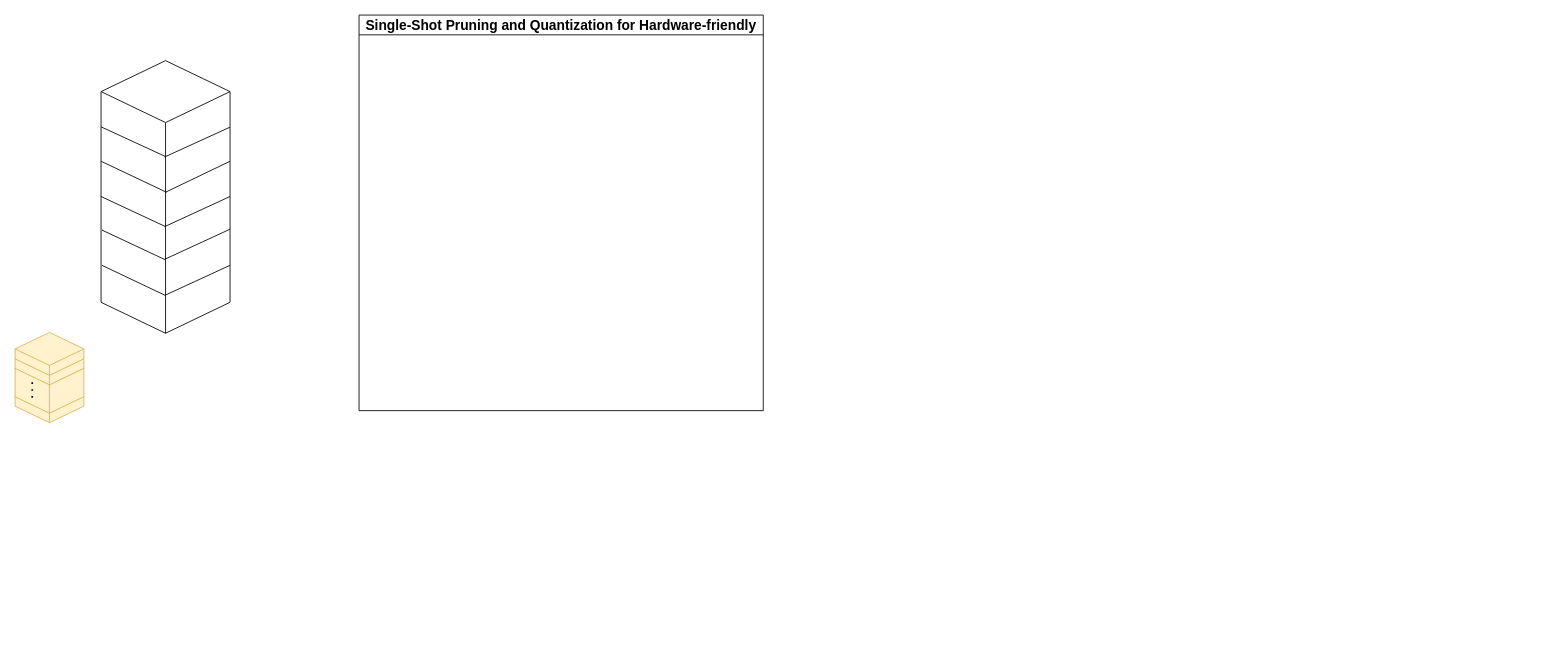
This is graphic_abstract.drawio from JIANGBOFENG/MY_GIT_Repo, a draw.io file, before an edit. Source tidied: cells renumbered, new cells numbered last; positions are measured from the earlier drawing's top-left corner, leaving out a move shared by most shapes. Both pictures are drawn from the tidied source at 86%, with x=0, y=0 at pixel (15, 15).
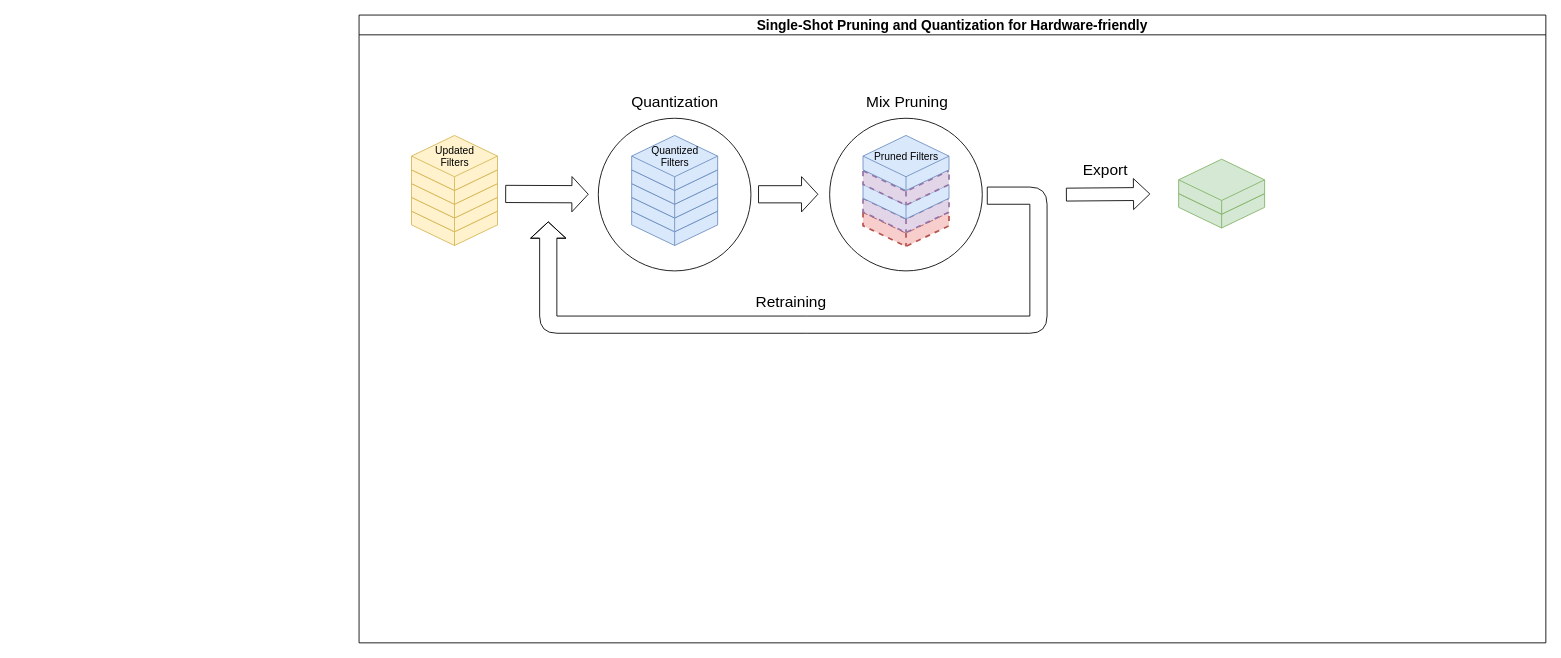
The same diagram, later.

Diff of the diagram source:
```diff
@@
     <mxCell id="2" value="&lt;font style=&quot;font-size: 16px;&quot;&gt;Single-Shot Pruning and Quantization for&amp;nbsp;Hardware-friendly&lt;/font&gt;" style="swimlane;whiteSpace=wrap;html=1;" parent="1" vertex="1">
-      <mxGeometry x="400" width="470" height="460" as="geometry" />
+      <mxGeometry x="400" width="1380" height="730" as="geometry" />
     </mxCell>
-    <mxCell id="3" style="group;" parent="1" vertex="1">
-      <mxGeometry x="100" y="53" width="150" height="317" as="geometry" />
-    </mxCell>
-    <mxCell id="4" style="group;textOpacity=10;" parent="3" vertex="1">
-      <mxGeometry width="150" height="317" as="geometry" />
-    </mxCell>
-    <mxCell id="5" style="html=1;whiteSpace=wrap;shape=isoCube2;backgroundOutline=1;isoAngle=15;" parent="4" vertex="1">
-      <mxGeometry width="150" height="317" as="geometry" />
-    </mxCell>
-    <mxCell id="6" style="endArrow=none;html=1;rounded=0;entryX=0.496;entryY=0.351;entryDx=0;entryDy=0;entryPerimeter=0;" parent="4" edge="1" target="5">
-      <mxGeometry relative="1" as="geometry">
-        <mxPoint y="77" as="sourcePoint" />
-      </mxGeometry>
-    </mxCell>
-    <mxCell id="7" style="endArrow=none;html=1;rounded=0;entryX=0.507;entryY=0.355;entryDx=0;entryDy=0;entryPerimeter=0;" parent="4" edge="1">
-      <mxGeometry relative="1" as="geometry">
-        <mxPoint y="117" as="sourcePoint" />
-        <mxPoint x="76" y="153" as="targetPoint" />
-      </mxGeometry>
-    </mxCell>
-    <mxCell id="8" style="endArrow=none;html=1;rounded=0;entryX=0.496;entryY=0.608;entryDx=0;entryDy=0;entryPerimeter=0;" parent="4" edge="1" target="5">
-      <mxGeometry relative="1" as="geometry">
-        <mxPoint y="158" as="sourcePoint" />
-      </mxGeometry>
-    </mxCell>
-    <mxCell id="9" style="endArrow=none;html=1;rounded=0;entryX=0.496;entryY=0.73;entryDx=0;entryDy=0;entryPerimeter=0;" parent="4" edge="1" target="5">
-      <mxGeometry relative="1" as="geometry">
-        <mxPoint x="1" y="197" as="sourcePoint" />
-      </mxGeometry>
-    </mxCell>
-    <mxCell id="10" style="endArrow=none;html=1;rounded=0;entryX=0.493;entryY=0.86;entryDx=0;entryDy=0;entryPerimeter=0;" parent="4" edge="1" target="5">
-      <mxGeometry relative="1" as="geometry">
-        <mxPoint x="1" y="238" as="sourcePoint" />
-      </mxGeometry>
-    </mxCell>
-    <mxCell id="11" style="endArrow=none;html=1;rounded=0;entryX=1;entryY=0.244;entryDx=0;entryDy=0;entryPerimeter=0;" parent="4" edge="1" target="5">
-      <mxGeometry relative="1" as="geometry">
-        <mxPoint x="74" y="112" as="sourcePoint" />
-      </mxGeometry>
-    </mxCell>
-    <mxCell id="12" style="endArrow=none;html=1;rounded=0;" parent="3" edge="1">
-      <mxGeometry relative="1" as="geometry">
-        <mxPoint x="75" y="153" as="sourcePoint" />
-        <mxPoint x="150" y="117" as="targetPoint" />
-      </mxGeometry>
-    </mxCell>
-    <mxCell id="13" style="endArrow=none;html=1;rounded=0;entryX=1;entryY=0.244;entryDx=0;entryDy=0;entryPerimeter=0;" parent="3" edge="1">
-      <mxGeometry relative="1" as="geometry">
-        <mxPoint x="74" y="193" as="sourcePoint" />
-        <mxPoint x="150" y="158" as="targetPoint" />
-      </mxGeometry>
-    </mxCell>
-    <mxCell id="14" style="endArrow=none;html=1;rounded=0;entryX=1;entryY=0.244;entryDx=0;entryDy=0;entryPerimeter=0;" parent="3" edge="1">
-      <mxGeometry relative="1" as="geometry">
-        <mxPoint x="74" y="231" as="sourcePoint" />
-        <mxPoint x="150" y="196" as="targetPoint" />
-      </mxGeometry>
-    </mxCell>
-    <mxCell id="15" style="endArrow=none;html=1;rounded=0;entryX=1;entryY=0.244;entryDx=0;entryDy=0;entryPerimeter=0;" parent="3" edge="1">
-      <mxGeometry relative="1" as="geometry">
-        <mxPoint x="74" y="273" as="sourcePoint" />
-        <mxPoint x="150" y="238" as="targetPoint" />
-      </mxGeometry>
-    </mxCell>
-    <mxCell id="16" style="html=1;shape=mxgraph.basic.isocube;isoAngle=15;fillColor=#fff2cc;strokeColor=#d6b656;" parent="1" vertex="1">
-      <mxGeometry y="424" width="80" height="50" as="geometry" />
-    </mxCell>
-    <mxCell id="17" style="html=1;shape=mxgraph.basic.isocube;isoAngle=15;fillColor=#fff2cc;strokeColor=#d6b656;" parent="1" vertex="1">
-      <mxGeometry y="391" width="80" height="72" as="geometry" />
-    </mxCell>
-    <mxCell id="18" style="html=1;shape=mxgraph.basic.isocube;isoAngle=15;fillColor=#fff2cc;strokeColor=#d6b656;" parent="1" vertex="1">
-      <mxGeometry y="380" width="80" height="50" as="geometry" />
-    </mxCell>
-    <mxCell id="19" style="html=1;shape=mxgraph.basic.isocube;isoAngle=15;fillColor=#fff2cc;strokeColor=#d6b656;" parent="1" vertex="1">
-      <mxGeometry y="369" width="80" height="50" as="geometry" />
-    </mxCell>
-    <mxCell id="20" style="endArrow=none;dashed=1;html=1;dashPattern=1 3;strokeWidth=2;rounded=0;fillColor=#fff2cc;strokeColor=#000000;" parent="1" edge="1">
-      <mxGeometry relative="1" as="geometry">
-        <mxPoint x="20" y="445" as="sourcePoint" />
-        <mxPoint x="20" y="425" as="targetPoint" />
-      </mxGeometry>
-    </mxCell>
+    <mxCell id="21" style="ellipse;whiteSpace=wrap;html=1;" parent="2" vertex="1">
+      <mxGeometry x="547.2" y="120" width="177.5" height="177.5" as="geometry" />
+    </mxCell>
+    <mxCell id="22" style="ellipse;whiteSpace=wrap;html=1;" parent="2" vertex="1">
+      <mxGeometry x="278.2" y="120" width="177.5" height="177.5" as="geometry" />
+    </mxCell>
+    <mxCell id="23" style="group;" parent="2" vertex="1">
+      <mxGeometry x="61" y="140" width="100" height="128" as="geometry" />
+    </mxCell>
+    <mxCell id="24" style="html=1;shape=mxgraph.basic.isocube;isoAngle=15;fillColor=#fff2cc;strokeColor=#d6b656;" parent="23" vertex="1">
+      <mxGeometry y="64" width="100" height="64" as="geometry" />
+    </mxCell>
+    <mxCell id="25" style="edgeStyle=orthogonalEdgeStyle;rounded=0;orthogonalLoop=1;jettySize=auto;html=1;exitX=0.5;exitY=1;exitDx=0;exitDy=0;exitPerimeter=0;fillColor=#fff2cc;strokeColor=#d6b656;" parent="23" edge="1" source="24" target="24">
+      <mxGeometry relative="1" as="geometry" />
+    </mxCell>
+    <mxCell id="26" style="html=1;shape=mxgraph.basic.isocube;isoAngle=15;fillColor=#fff2cc;strokeColor=#d6b656;" parent="23" vertex="1">
+      <mxGeometry y="48" width="100" height="64" as="geometry" />
+    </mxCell>
+    <mxCell id="27" style="html=1;shape=mxgraph.basic.isocube;isoAngle=15;fillColor=#fff2cc;strokeColor=#d6b656;" parent="23" vertex="1">
+      <mxGeometry y="32" width="100" height="64" as="geometry" />
+    </mxCell>
+    <mxCell id="28" style="html=1;shape=mxgraph.basic.isocube;isoAngle=15;fillColor=#fff2cc;strokeColor=#d6b656;" parent="23" vertex="1">
+      <mxGeometry y="16" width="100" height="64" as="geometry" />
+    </mxCell>
+    <mxCell id="29" value="&lt;font color=&quot;#000000&quot;&gt;Updated&lt;br&gt;Filters&lt;br&gt;&lt;br&gt;&lt;/font&gt;" style="html=1;shape=mxgraph.basic.isocube;isoAngle=15;fillColor=#fff2cc;strokeColor=#d6b656;" parent="23" vertex="1">
+      <mxGeometry width="100" height="64" as="geometry" />
+    </mxCell>
+    <mxCell id="30" style="html=1;shape=mxgraph.basic.isocube;isoAngle=15;fillColor=#dae8fc;strokeColor=#6c8ebf;" parent="2" vertex="1">
+      <mxGeometry x="317" y="204" width="100" height="64" as="geometry" />
+    </mxCell>
+    <mxCell id="31" style="edgeStyle=orthogonalEdgeStyle;rounded=0;orthogonalLoop=1;jettySize=auto;html=1;exitX=0.5;exitY=1;exitDx=0;exitDy=0;exitPerimeter=0;fillColor=#dae8fc;strokeColor=#6c8ebf;" parent="2" edge="1" source="30" target="30">
+      <mxGeometry relative="1" as="geometry" />
+    </mxCell>
+    <mxCell id="32" style="html=1;shape=mxgraph.basic.isocube;isoAngle=15;fillColor=#dae8fc;strokeColor=#6c8ebf;" parent="2" vertex="1">
+      <mxGeometry x="317" y="188" width="100" height="64" as="geometry" />
+    </mxCell>
+    <mxCell id="33" style="html=1;shape=mxgraph.basic.isocube;isoAngle=15;fillColor=#dae8fc;strokeColor=#6c8ebf;" parent="2" vertex="1">
+      <mxGeometry x="317" y="172" width="100" height="64" as="geometry" />
+    </mxCell>
+    <mxCell id="34" style="html=1;shape=mxgraph.basic.isocube;isoAngle=15;fillColor=#dae8fc;strokeColor=#6c8ebf;" parent="2" vertex="1">
+      <mxGeometry x="317" y="156" width="100" height="64" as="geometry" />
+    </mxCell>
+    <mxCell id="35" value="&lt;font color=&quot;#000000&quot;&gt;Quantized&lt;br&gt;Filters&lt;br&gt;&lt;br&gt;&lt;/font&gt;" style="html=1;shape=mxgraph.basic.isocube;isoAngle=15;fillColor=#dae8fc;strokeColor=#6c8ebf;" parent="2" vertex="1">
+      <mxGeometry x="317" y="140" width="100" height="64" as="geometry" />
+    </mxCell>
+    <mxCell id="36" style="html=1;shape=mxgraph.basic.isocube;isoAngle=15;fillColor=#f8cecc;strokeColor=#b85450;strokeWidth=2;dashed=1;" parent="2" vertex="1">
+      <mxGeometry x="586" y="205" width="100" height="64" as="geometry" />
+    </mxCell>
+    <mxCell id="37" style="edgeStyle=orthogonalEdgeStyle;rounded=0;orthogonalLoop=1;jettySize=auto;html=1;exitX=0.5;exitY=1;exitDx=0;exitDy=0;exitPerimeter=0;fillColor=#dae8fc;strokeColor=#6c8ebf;" parent="2" edge="1" source="36" target="36">
+      <mxGeometry relative="1" as="geometry" />
+    </mxCell>
+    <mxCell id="38" style="html=1;shape=mxgraph.basic.isocube;isoAngle=15;fillColor=#e1d5e7;strokeColor=#9673a6;dashed=1;strokeWidth=2;" parent="2" vertex="1">
+      <mxGeometry x="586" y="189" width="100" height="64" as="geometry" />
+    </mxCell>
+    <mxCell id="39" style="html=1;shape=mxgraph.basic.isocube;isoAngle=15;fillColor=#dae8fc;strokeColor=#6c8ebf;" parent="2" vertex="1">
+      <mxGeometry x="586" y="173" width="100" height="64" as="geometry" />
+    </mxCell>
+    <mxCell id="40" style="html=1;shape=mxgraph.basic.isocube;isoAngle=15;fillColor=#e1d5e7;strokeColor=#9673a6;dashed=1;strokeWidth=2;" parent="2" vertex="1">
+      <mxGeometry x="586" y="157" width="100" height="64" as="geometry" />
+    </mxCell>
+    <mxCell id="41" value="&lt;font color=&quot;#000000&quot;&gt;Pruned Filters&lt;br&gt;&lt;br&gt;&lt;/font&gt;" style="html=1;shape=mxgraph.basic.isocube;isoAngle=15;fillColor=#dae8fc;strokeColor=#6c8ebf;" parent="2" vertex="1">
+      <mxGeometry x="586" y="140" width="100" height="64" as="geometry" />
+    </mxCell>
+    <mxCell id="42" style="shape=flexArrow;endArrow=classic;html=1;rounded=0;width=20;" parent="2" edge="1">
+      <mxGeometry relative="1" as="geometry">
+        <mxPoint x="170" y="208" as="sourcePoint" />
+        <mxPoint x="267" y="208.4" as="targetPoint" />
+      </mxGeometry>
+    </mxCell>
+    <mxCell id="43" value="&lt;font style=&quot;font-size: 18px;&quot;&gt;Quantization&lt;/font&gt;" style="edgeLabel;html=1;align=center;verticalAlign=middle;" parent="42" vertex="1">
+      <mxGeometry x="0.08" y="5" relative="1" as="geometry">
+        <mxPoint x="144" y="-103" as="offset" />
+      </mxGeometry>
+    </mxCell>
+    <mxCell id="44" style="shape=flexArrow;endArrow=classic;html=1;rounded=0;width=20;" parent="2" edge="1">
+      <mxGeometry relative="1" as="geometry">
+        <mxPoint x="464" y="208.4" as="sourcePoint" />
+        <mxPoint x="534" y="208.4" as="targetPoint" />
+      </mxGeometry>
+    </mxCell>
+    <mxCell id="45" value="&lt;font style=&quot;font-size: 18px;&quot;&gt;Mix Pruning&lt;/font&gt;" style="edgeLabel;html=1;align=center;verticalAlign=middle;" parent="44" vertex="1">
+      <mxGeometry x="-0.42" y="6" relative="1" as="geometry">
+        <mxPoint x="152" y="-102" as="offset" />
+      </mxGeometry>
+    </mxCell>
+    <mxCell id="46" style="group;" parent="2" vertex="1">
+      <mxGeometry x="973" y="152" width="100" height="128" as="geometry" />
+    </mxCell>
+    <mxCell id="47" style="edgeStyle=orthogonalEdgeStyle;rounded=0;orthogonalLoop=1;jettySize=auto;html=1;exitX=0.5;exitY=1;exitDx=0;exitDy=0;exitPerimeter=0;fillColor=#d5e8d4;strokeColor=#82b366;" parent="46" edge="1">
+      <mxGeometry relative="1" as="geometry">
+        <mxPoint x="30" y="111.5" as="sourcePoint" />
+        <mxPoint x="30" y="111.5" as="targetPoint" />
+      </mxGeometry>
+    </mxCell>
+    <mxCell id="48" style="html=1;shape=mxgraph.basic.isocube;isoAngle=15;fillColor=#d5e8d4;strokeColor=#82b366;" parent="46" vertex="1">
+      <mxGeometry x="-20" y="31.6" width="100" height="64" as="geometry" />
+    </mxCell>
+    <mxCell id="49" style="html=1;shape=mxgraph.basic.isocube;isoAngle=15;fillColor=#d5e8d4;strokeColor=#82b366;" parent="46" vertex="1">
+      <mxGeometry x="-20" y="15.6" width="100" height="64" as="geometry" />
+    </mxCell>
+    <mxCell id="50" style="endArrow=classic;html=1;rounded=1;shape=flexArrow;strokeWidth=1;width=20;" parent="2" edge="1">
+      <mxGeometry relative="1" as="geometry">
+        <mxPoint x="730" y="210" as="sourcePoint" />
+        <mxPoint x="220" y="240" as="targetPoint" />
+        <Array as="points">
+          <mxPoint x="790" y="210" />
+          <mxPoint x="790" y="360" />
+          <mxPoint x="520" y="360" />
+          <mxPoint x="220" y="360" />
+        </Array>
+      </mxGeometry>
+    </mxCell>
+    <mxCell id="51" value="&lt;font style=&quot;font-size: 18px;&quot;&gt;Retraining&lt;/font&gt;" style="edgeLabel;html=1;align=center;verticalAlign=middle;" parent="50" vertex="1">
+      <mxGeometry x="0.1" y="-5" relative="1" as="geometry">
+        <mxPoint x="-4" y="-22" as="offset" />
+      </mxGeometry>
+    </mxCell>
+    <mxCell id="52" style="shape=flexArrow;endArrow=classic;html=1;rounded=0;width=15;" parent="2" edge="1">
+      <mxGeometry relative="1" as="geometry">
+        <mxPoint x="822" y="208.8" as="sourcePoint" />
+        <mxPoint x="920" y="208" as="targetPoint" />
+      </mxGeometry>
+    </mxCell>
+    <mxCell id="53" value="&lt;font style=&quot;font-size: 18px;&quot;&gt;Export&amp;nbsp;&lt;/font&gt;" style="edgeLabel;html=1;align=center;verticalAlign=middle;" parent="52" vertex="1">
+      <mxGeometry x="-0.2" y="6" relative="1" as="geometry">
+        <mxPoint x="9" y="-22" as="offset" />
+      </mxGeometry>
+    </mxCell>
```
